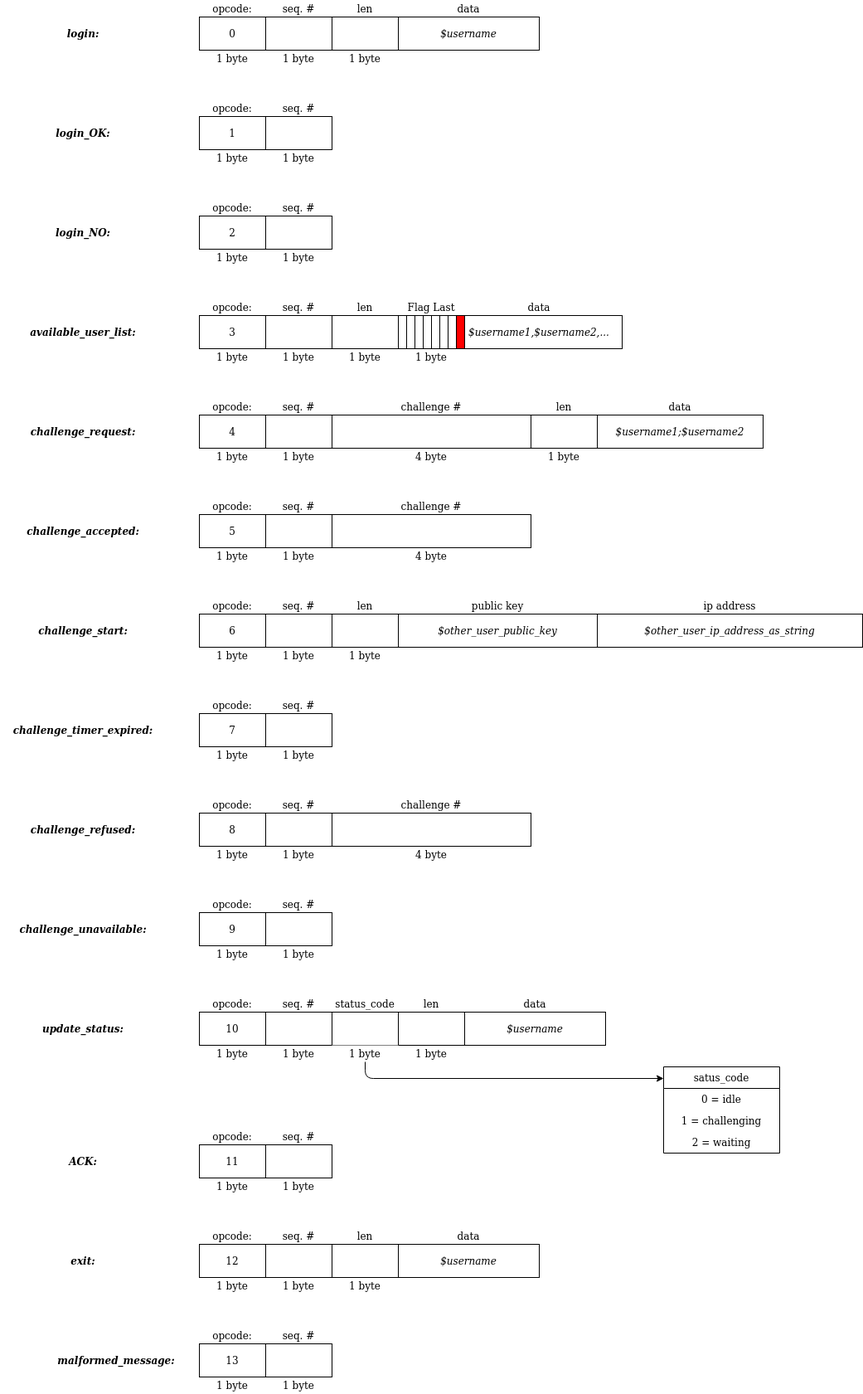
Above: docs/client_server_message_format.png in rafnocerino/Secure_4_inArow (draw.io), before the change. Source tidied: cells renumbered, new cells last; positions are measured from the earlier drawing's top-left corner, leaving out a move shared by most shapes.
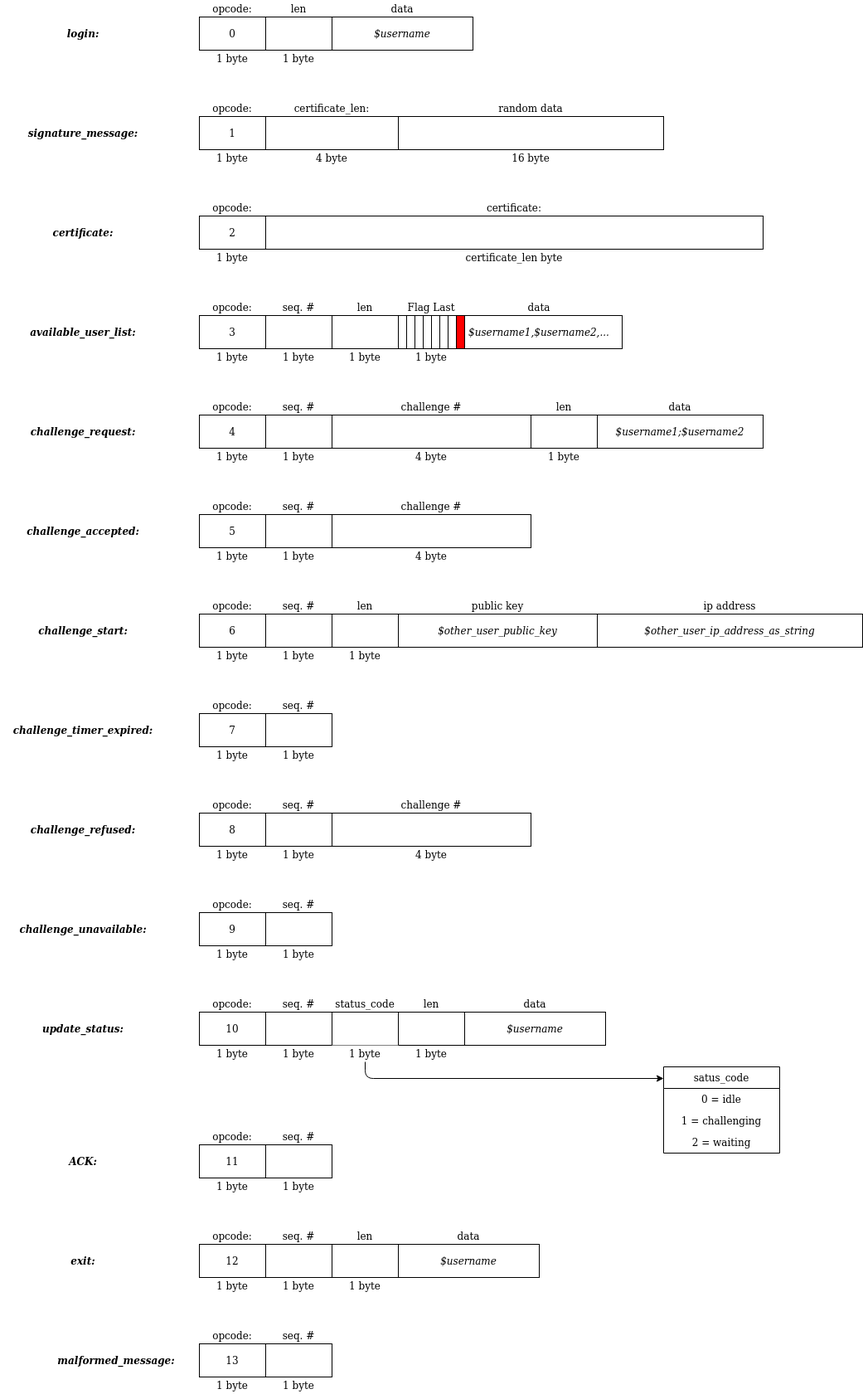
The same diagram one commit later.

Diff of the diagram source:
```diff
@@ -14,31 +14,22 @@
     <mxCell id="5" value="1 byte" style="text;html=1;strokeColor=none;fillColor=none;align=center;verticalAlign=middle;whiteSpace=wrap;rounded=0;" parent="1" vertex="1">
       <mxGeometry x="240" y="60" width="80" height="20" as="geometry" />
     </mxCell>
-    <mxCell id="6" style="rounded=0;whiteSpace=wrap;html=1;" parent="1" vertex="1">
-      <mxGeometry x="320" y="20" width="80" height="40" as="geometry" />
-    </mxCell>
-    <mxCell id="7" value="seq. #" style="text;html=1;strokeColor=none;fillColor=none;align=center;verticalAlign=middle;whiteSpace=wrap;rounded=0;" parent="1" vertex="1">
-      <mxGeometry x="320" width="80" height="20" as="geometry" />
-    </mxCell>
-    <mxCell id="8" value="1 byte" style="text;html=1;strokeColor=none;fillColor=none;align=center;verticalAlign=middle;whiteSpace=wrap;rounded=0;" parent="1" vertex="1">
-      <mxGeometry x="320" y="60" width="80" height="20" as="geometry" />
-    </mxCell>
     <mxCell id="9" style="rounded=0;whiteSpace=wrap;html=1;" parent="1" vertex="1">
-      <mxGeometry x="400" y="20" width="80" height="40" as="geometry" />
+      <mxGeometry x="320" y="20" width="80" height="40" as="geometry" />
     </mxCell>
     <mxCell id="10" value="len" style="text;html=1;strokeColor=none;fillColor=none;align=center;verticalAlign=middle;whiteSpace=wrap;rounded=0;" parent="1" vertex="1">
-      <mxGeometry x="400" width="80" height="20" as="geometry" />
+      <mxGeometry x="320" width="80" height="20" as="geometry" />
     </mxCell>
     <mxCell id="11" value="1 byte" style="text;html=1;strokeColor=none;fillColor=none;align=center;verticalAlign=middle;whiteSpace=wrap;rounded=0;" parent="1" vertex="1">
-      <mxGeometry x="400" y="60" width="80" height="20" as="geometry" />
+      <mxGeometry x="320" y="60" width="80" height="20" as="geometry" />
     </mxCell>
     <mxCell id="12" value="&lt;i&gt;$username&lt;/i&gt;" style="rounded=0;whiteSpace=wrap;html=1;" parent="1" vertex="1">
-      <mxGeometry x="480" y="20" width="170" height="40" as="geometry" />
+      <mxGeometry x="400" y="20" width="170" height="40" as="geometry" />
     </mxCell>
     <mxCell id="13" value="data" style="text;html=1;strokeColor=none;fillColor=none;align=center;verticalAlign=middle;whiteSpace=wrap;rounded=0;" parent="1" vertex="1">
-      <mxGeometry x="480" width="170" height="20" as="geometry" />
+      <mxGeometry x="400" width="170" height="20" as="geometry" />
     </mxCell>
-    <mxCell id="14" value="&lt;b&gt;&lt;i&gt;login_OK:&lt;/i&gt;&lt;/b&gt;" style="text;html=1;strokeColor=none;fillColor=none;align=center;verticalAlign=middle;whiteSpace=wrap;rounded=0;" parent="1" vertex="1">
+    <mxCell id="14" value="&lt;b&gt;&lt;i&gt;signature_message:&lt;/i&gt;&lt;/b&gt;" style="text;html=1;strokeColor=none;fillColor=none;align=center;verticalAlign=middle;whiteSpace=wrap;rounded=0;" parent="1" vertex="1">
       <mxGeometry y="150" width="200" height="20" as="geometry" />
     </mxCell>
     <mxCell id="15" value="opcode:" style="text;html=1;strokeColor=none;fillColor=none;align=center;verticalAlign=middle;whiteSpace=wrap;rounded=0;" parent="1" vertex="1">
@@ -50,16 +41,16 @@
     <mxCell id="17" value="1 byte" style="text;html=1;strokeColor=none;fillColor=none;align=center;verticalAlign=middle;whiteSpace=wrap;rounded=0;" parent="1" vertex="1">
       <mxGeometry x="240" y="180" width="80" height="20" as="geometry" />
     </mxCell>
-    <mxCell id="18" value="seq. #" style="text;html=1;strokeColor=none;fillColor=none;align=center;verticalAlign=middle;whiteSpace=wrap;rounded=0;" parent="1" vertex="1">
-      <mxGeometry x="320" y="120" width="80" height="20" as="geometry" />
+    <mxCell id="18" value="random data" style="text;html=1;strokeColor=none;fillColor=none;align=center;verticalAlign=middle;whiteSpace=wrap;rounded=0;" parent="1" vertex="1">
+      <mxGeometry x="480" y="120" width="320" height="20" as="geometry" />
     </mxCell>
     <mxCell id="19" style="rounded=0;whiteSpace=wrap;html=1;" parent="1" vertex="1">
-      <mxGeometry x="320" y="140" width="80" height="40" as="geometry" />
+      <mxGeometry x="480" y="140" width="320" height="40" as="geometry" />
     </mxCell>
-    <mxCell id="20" value="1 byte" style="text;html=1;strokeColor=none;fillColor=none;align=center;verticalAlign=middle;whiteSpace=wrap;rounded=0;" parent="1" vertex="1">
-      <mxGeometry x="320" y="180" width="80" height="20" as="geometry" />
+    <mxCell id="20" value="16 byte" style="text;html=1;strokeColor=none;fillColor=none;align=center;verticalAlign=middle;whiteSpace=wrap;rounded=0;" parent="1" vertex="1">
+      <mxGeometry x="600" y="180" width="80" height="20" as="geometry" />
     </mxCell>
-    <mxCell id="21" value="&lt;b&gt;&lt;i&gt;login_NO:&lt;/i&gt;&lt;/b&gt;" style="text;html=1;strokeColor=none;fillColor=none;align=center;verticalAlign=middle;whiteSpace=wrap;rounded=0;" parent="1" vertex="1">
+    <mxCell id="21" value="&lt;i&gt;&lt;b&gt;certificate:&lt;/b&gt;&lt;/i&gt;" style="text;html=1;strokeColor=none;fillColor=none;align=center;verticalAlign=middle;whiteSpace=wrap;rounded=0;" parent="1" vertex="1">
       <mxGeometry y="270" width="200" height="20" as="geometry" />
     </mxCell>
     <mxCell id="22" value="opcode:" style="text;html=1;strokeColor=none;fillColor=none;align=center;verticalAlign=middle;whiteSpace=wrap;rounded=0;" parent="1" vertex="1">
@@ -71,14 +62,14 @@
     <mxCell id="24" value="1 byte" style="text;html=1;strokeColor=none;fillColor=none;align=center;verticalAlign=middle;whiteSpace=wrap;rounded=0;" parent="1" vertex="1">
       <mxGeometry x="240" y="300" width="80" height="20" as="geometry" />
     </mxCell>
-    <mxCell id="25" value="seq. #" style="text;html=1;strokeColor=none;fillColor=none;align=center;verticalAlign=middle;whiteSpace=wrap;rounded=0;" parent="1" vertex="1">
-      <mxGeometry x="320" y="240" width="80" height="20" as="geometry" />
+    <mxCell id="25" value="certificate_len:" style="text;html=1;strokeColor=none;fillColor=none;align=center;verticalAlign=middle;whiteSpace=wrap;rounded=0;" parent="1" vertex="1">
+      <mxGeometry x="320" y="120" width="160" height="20" as="geometry" />
     </mxCell>
     <mxCell id="26" style="rounded=0;whiteSpace=wrap;html=1;" parent="1" vertex="1">
-      <mxGeometry x="320" y="260" width="80" height="40" as="geometry" />
+      <mxGeometry x="320" y="140" width="160" height="40" as="geometry" />
     </mxCell>
-    <mxCell id="27" value="1 byte" style="text;html=1;strokeColor=none;fillColor=none;align=center;verticalAlign=middle;whiteSpace=wrap;rounded=0;" parent="1" vertex="1">
-      <mxGeometry x="320" y="300" width="80" height="20" as="geometry" />
+    <mxCell id="27" value="4 byte" style="text;html=1;strokeColor=none;fillColor=none;align=center;verticalAlign=middle;whiteSpace=wrap;rounded=0;" parent="1" vertex="1">
+      <mxGeometry x="320" y="180" width="160" height="20" as="geometry" />
     </mxCell>
     <mxCell id="28" value="&lt;b&gt;&lt;i&gt;available_user_list:&lt;/i&gt;&lt;/b&gt;" style="text;html=1;strokeColor=none;fillColor=none;align=center;verticalAlign=middle;whiteSpace=wrap;rounded=0;" parent="1" vertex="1">
       <mxGeometry y="390" width="200" height="20" as="geometry" />
@@ -478,5 +469,14 @@
     <mxCell id="158" value="len" style="text;html=1;strokeColor=none;fillColor=none;align=center;verticalAlign=middle;whiteSpace=wrap;rounded=0;" parent="1" vertex="1">
       <mxGeometry x="400" y="720" width="80" height="20" as="geometry" />
     </mxCell>
+    <mxCell id="159" style="rounded=0;whiteSpace=wrap;html=1;" parent="1" vertex="1">
+      <mxGeometry x="320" y="260" width="600" height="40" as="geometry" />
+    </mxCell>
+    <mxCell id="160" value="certificate_len byte" style="text;html=1;strokeColor=none;fillColor=none;align=center;verticalAlign=middle;whiteSpace=wrap;rounded=0;" parent="1" vertex="1">
+      <mxGeometry x="320" y="300" width="600" height="20" as="geometry" />
+    </mxCell>
+    <mxCell id="161" value="certificate:" style="text;html=1;strokeColor=none;fillColor=none;align=center;verticalAlign=middle;whiteSpace=wrap;rounded=0;" parent="1" vertex="1">
+      <mxGeometry x="320" y="240" width="600" height="20" as="geometry" />
+    </mxCell>
   </root>
 </mxGraphModel>
```
